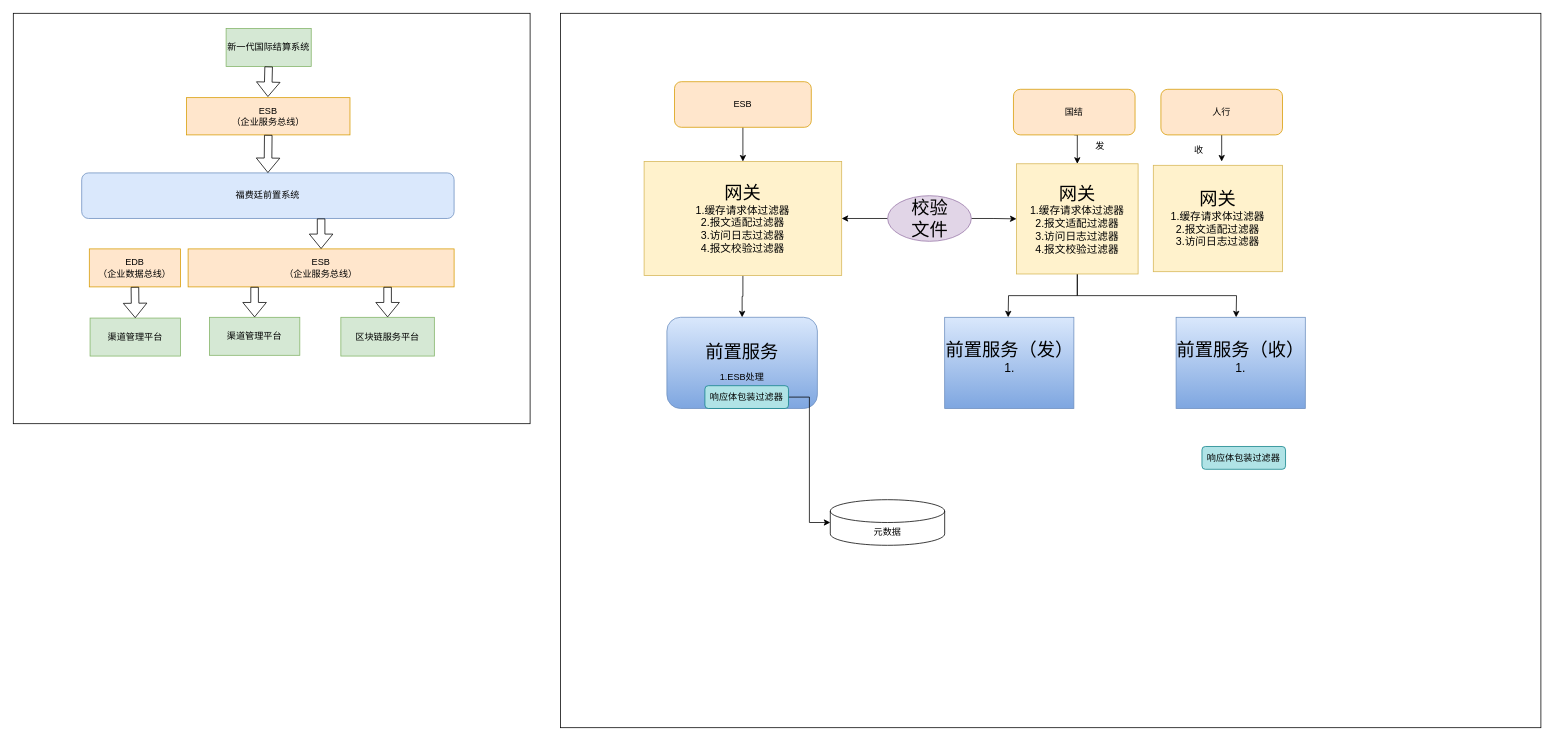
Earlier version of the draw.io diagram 上下文系统.drawio (wuchenxi123/draw). Source tidied: cells renumbered, new cells numbered last; positions are measured from the earlier drawing's top-left corner, leaving out a move shared by most shapes. Both pictures are drawn from the tidied source at 76%, with x=0, y=0 at pixel (13, 13).
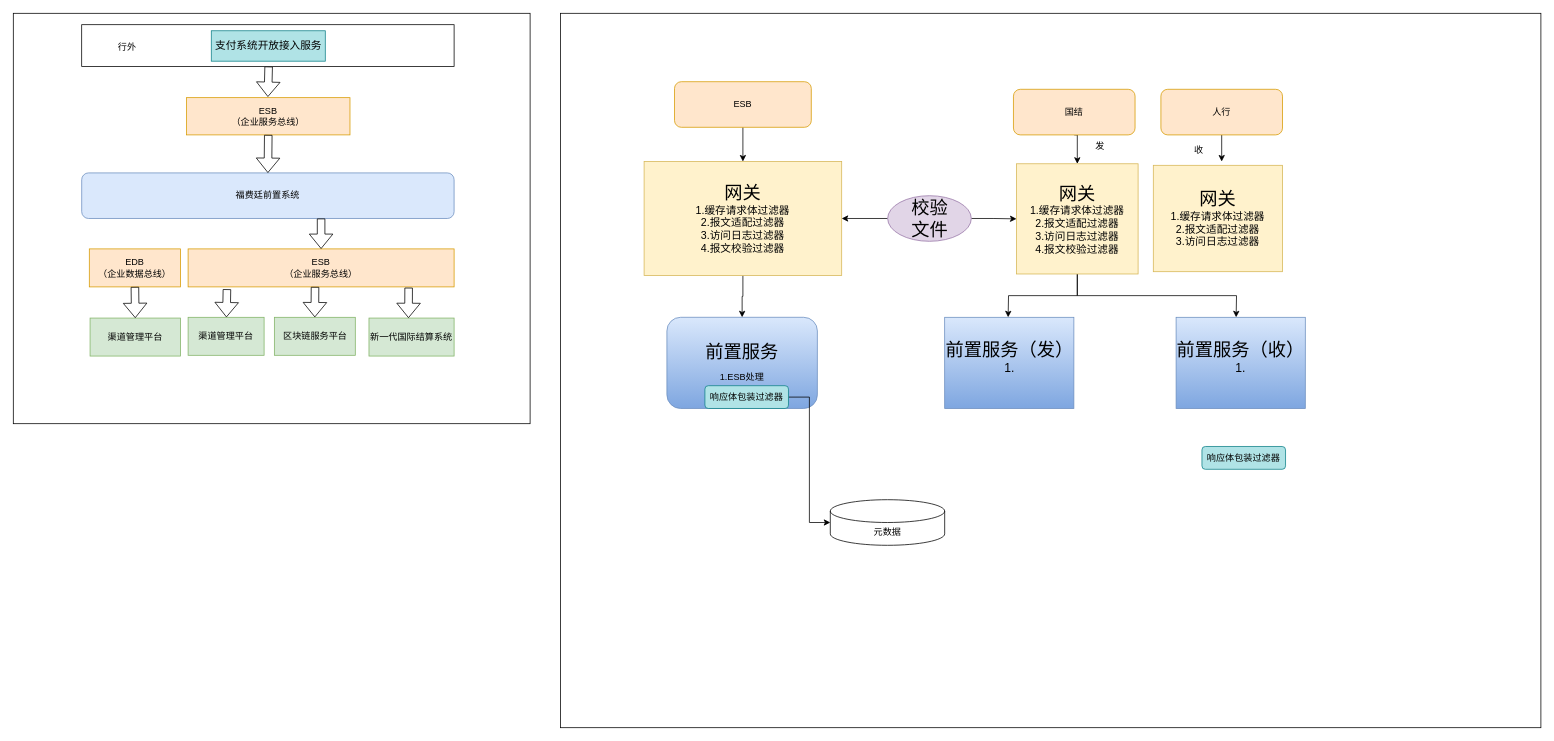
The same page after the edit.

Commit message:
上下文系统.drawio

The change refers to these unchanged cells:
```xml
<mxCell id="4" value="ESB&lt;br&gt;（企业服务总线）" style="rounded=0;whiteSpace=wrap;html=1;fillColor=#ffe6cc;strokeColor=#d79b00;" parent="1" vertex="1">
  <mxGeometry x="230" y="310" width="350" height="50" as="geometry" />
</mxCell>
```

Diff of the diagram source:
```diff
@@
     <mxCell id="6" value="渠道管理平台" style="rounded=0;whiteSpace=wrap;html=1;fillColor=#d5e8d4;strokeColor=#82b366;" parent="1" vertex="1">
-      <mxGeometry x="258" y="400" width="119" height="50" as="geometry" />
+      <mxGeometry x="230" y="400" width="100" height="50" as="geometry" />
     </mxCell>
-    <mxCell id="7" value="新一代国际结算系统" style="rounded=0;whiteSpace=wrap;html=1;fillColor=#d5e8d4;strokeColor=#82b366;" parent="1" vertex="1">
-      <mxGeometry x="280" y="20" width="112" height="50" as="geometry" />
-    </mxCell>
     <mxCell id="8" value="区块链服务平台" style="rounded=0;whiteSpace=wrap;html=1;fillColor=#d5e8d4;strokeColor=#82b366;" parent="1" vertex="1">
-      <mxGeometry x="431" y="400" width="123" height="51" as="geometry" />
+      <mxGeometry x="343.5" y="400" width="106.5" height="50" as="geometry" />
     </mxCell>
-    <mxCell id="9" style="shape=flexArrow;endArrow=classic;html=1;rounded=0;exitX=0.25;exitY=1;exitDx=0;exitDy=0;" parent="1" edge="1" source="4" target="6">
+    <mxCell id="9" style="shape=flexArrow;endArrow=classic;html=1;rounded=0;exitX=0.146;exitY=1.06;exitDx=0;exitDy=0;exitPerimeter=0;" parent="1" edge="1" source="4" target="6">
       <mxGeometry relative="1" as="geometry" />
     </mxCell>
-    <mxCell id="10" style="shape=flexArrow;endArrow=classic;html=1;rounded=0;exitX=0.75;exitY=1;exitDx=0;exitDy=0;entryX=0.5;entryY=0;entryDx=0;entryDy=0;" parent="1" edge="1" source="4" target="8">
-      <mxGeometry relative="1" as="geometry" />
+    <mxCell id="10" style="shape=flexArrow;endArrow=classic;html=1;rounded=0;entryX=0.5;entryY=0;entryDx=0;entryDy=0;" parent="1" edge="1" target="8">
+      <mxGeometry relative="1" as="geometry">
+        <mxPoint x="397" y="360" as="sourcePoint" />
+      </mxGeometry>
     </mxCell>
@@
-    <mxCell id="13" style="shape=flexArrow;endArrow=classic;html=1;rounded=0;exitX=0.5;exitY=1;exitDx=0;exitDy=0;" parent="1" edge="1" source="7">
+    <mxCell id="13" style="shape=flexArrow;endArrow=classic;html=1;rounded=0;exitX=0.5;exitY=1;exitDx=0;exitDy=0;" parent="1" edge="1">
       <mxGeometry relative="1" as="geometry">
+        <mxPoint x="336" y="70" as="sourcePoint" />
         <mxPoint x="335" y="110" as="targetPoint" />
       </mxGeometry>
     </mxCell>
@@
+    <mxCell id="7" value="新一代国际结算系统" style="rounded=0;whiteSpace=wrap;html=1;fillColor=#d5e8d4;strokeColor=#82b366;" parent="1" vertex="1">
+      <mxGeometry x="468" y="401" width="112" height="50" as="geometry" />
+    </mxCell>
+    <mxCell id="42" style="shape=flexArrow;endArrow=classic;html=1;rounded=0;entryX=0.5;entryY=0;entryDx=0;entryDy=0;" parent="1" edge="1">
+      <mxGeometry relative="1" as="geometry">
+        <mxPoint x="520.2" y="361" as="sourcePoint" />
+        <mxPoint x="520" y="401" as="targetPoint" />
+      </mxGeometry>
+    </mxCell>
+    <mxCell id="43" style="rounded=0;whiteSpace=wrap;html=1;" parent="1" vertex="1">
+      <mxGeometry x="90" y="15" width="490" height="55" as="geometry" />
+    </mxCell>
+    <mxCell id="44" value="&lt;p style=&quot;margin: 0pt 0pt 0.0001pt; text-align: justify; font-family: &amp;quot;Times New Roman&amp;quot;; font-size: 10.5pt;&quot; class=&quot;MsoNormal&quot;&gt;&lt;span style=&quot;font-family: &amp;quot;Courier New&amp;quot;; font-size: 10.5pt;&quot;&gt;&lt;font face=&quot;宋体&quot;&gt;支付系统开放&lt;/font&gt;&lt;/span&gt;&lt;span style=&quot;font-family: 宋体; font-size: 10.5pt;&quot;&gt;接入&lt;/span&gt;&lt;span style=&quot;font-family: &amp;quot;Courier New&amp;quot;; font-size: 10.5pt;&quot;&gt;&lt;font face=&quot;宋体&quot;&gt;服务&lt;/font&gt;&lt;/span&gt;&lt;/p&gt;" style="rounded=0;whiteSpace=wrap;html=1;fillColor=#b0e3e6;strokeColor=#0e8088;" parent="1" vertex="1">
+      <mxGeometry x="260.5" y="23" width="150" height="40" as="geometry" />
+    </mxCell>
+    <mxCell id="45" value="行外" style="text;html=1;strokeColor=none;fillColor=none;align=center;verticalAlign=middle;whiteSpace=wrap;rounded=0;" parent="1" vertex="1">
+      <mxGeometry x="120" y="30" width="60" height="30" as="geometry" />
+    </mxCell>
```
